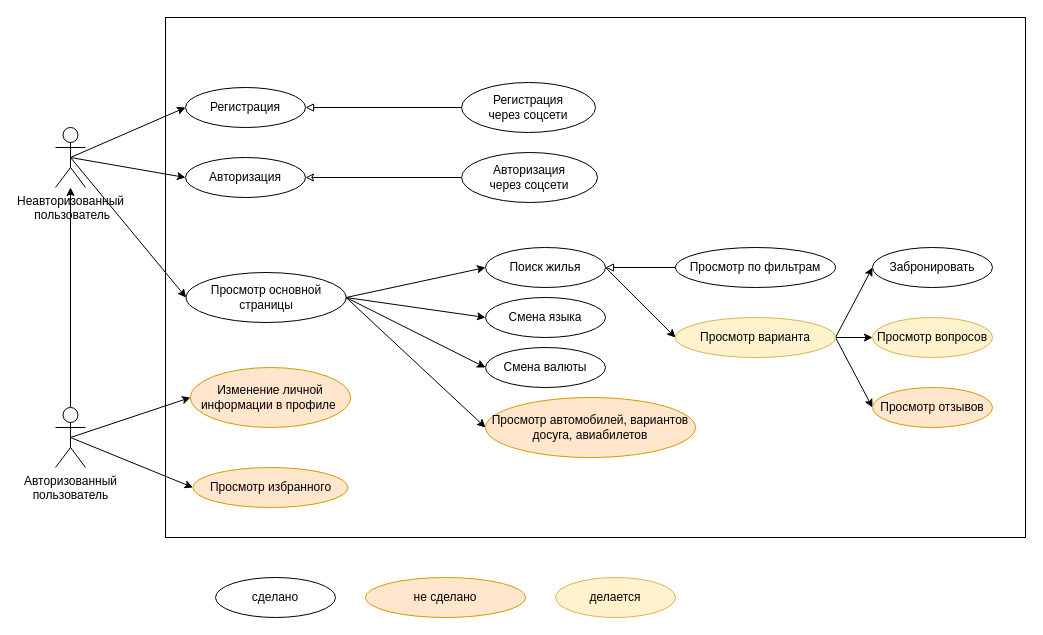
Before: uml.drawio in david-d25/testing-labwork3, a draw.io diagram. Source tidied: cells renumbered, new cells numbered last; positions are measured from the earlier drawing's top-left corner, leaving out a move shared by most shapes. Both pictures are drawn from the tidied source at 100%, with x=0, y=0 at pixel (55, 17).
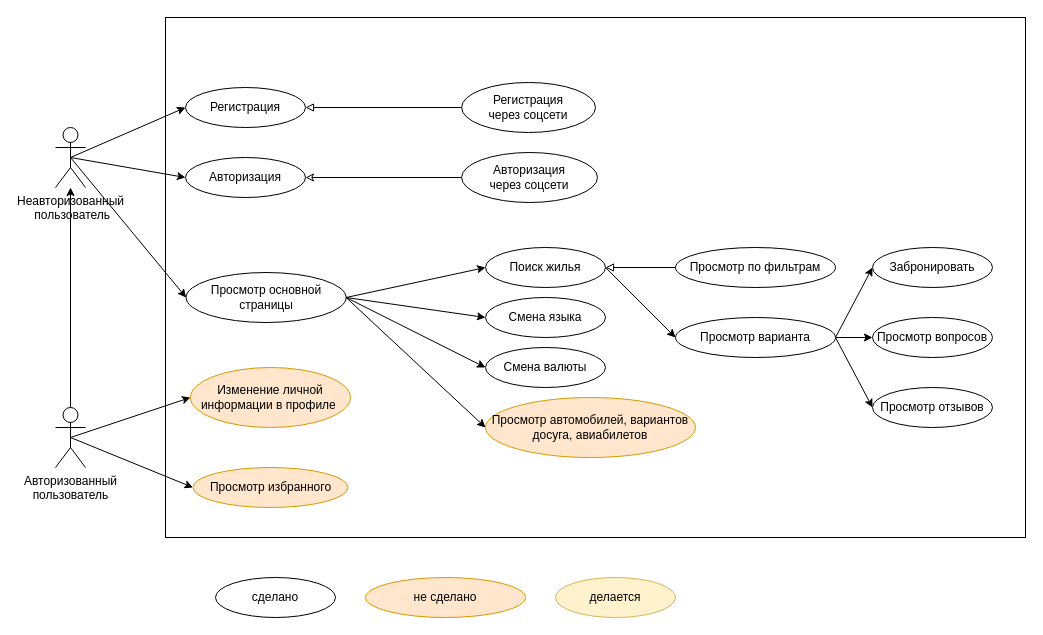
After the change.

Change to the diagram source:
```diff
@@
-    <mxCell id="34" value="Просмотр варианта" style="ellipse;whiteSpace=wrap;html=1;fillColor=#fff2cc;strokeColor=#d6b656;" parent="1" vertex="1">
+    <mxCell id="34" value="Просмотр варианта" style="ellipse;whiteSpace=wrap;html=1;" parent="1" vertex="1">
       <mxGeometry x="620" y="300" width="160" height="40" as="geometry" />
     </mxCell>
@@
-    <mxCell id="36" value="Просмотр вопросов" style="ellipse;whiteSpace=wrap;html=1;fillColor=#fff2cc;strokeColor=#d6b656;" parent="1" vertex="1">
+    <mxCell id="36" value="Просмотр вопросов" style="ellipse;whiteSpace=wrap;html=1;" parent="1" vertex="1">
       <mxGeometry x="817" y="300" width="120" height="40" as="geometry" />
     </mxCell>
-    <mxCell id="37" value="Просмотр отзывов" style="ellipse;whiteSpace=wrap;html=1;fillColor=#ffe6cc;strokeColor=#d79b00;" parent="1" vertex="1">
+    <mxCell id="37" value="Просмотр отзывов" style="ellipse;whiteSpace=wrap;html=1;" parent="1" vertex="1">
       <mxGeometry x="817" y="370" width="120" height="40" as="geometry" />
     </mxCell>
```
